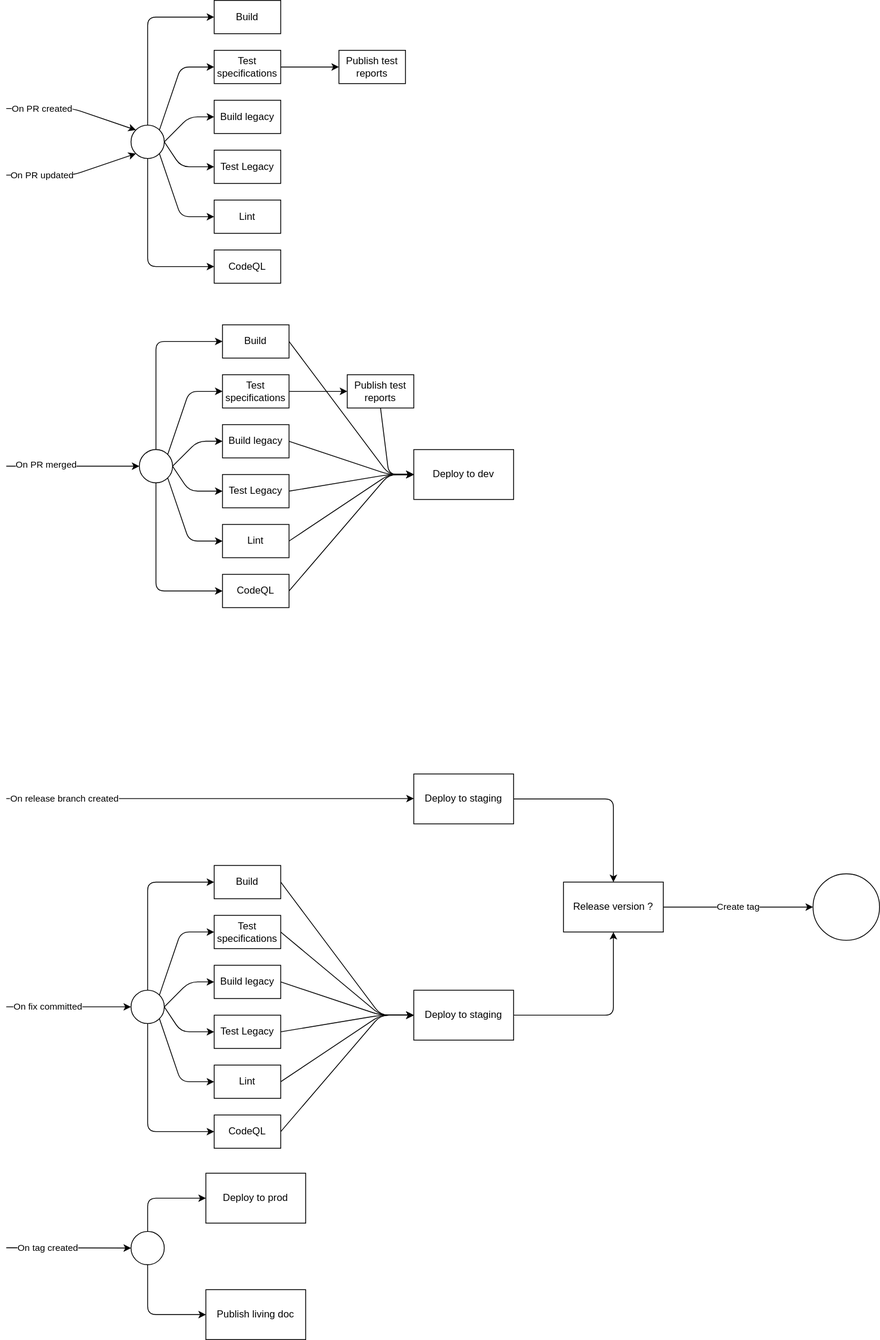
MTES-MCT/potentiel keeps this draw.io diagram as docs/ci/workflows.drawio.svg. Above is the earlier version. Source tidied: cells renumbered, new cells last; positions are measured from the earlier drawing's top-left corner, leaving out a move shared by most shapes.
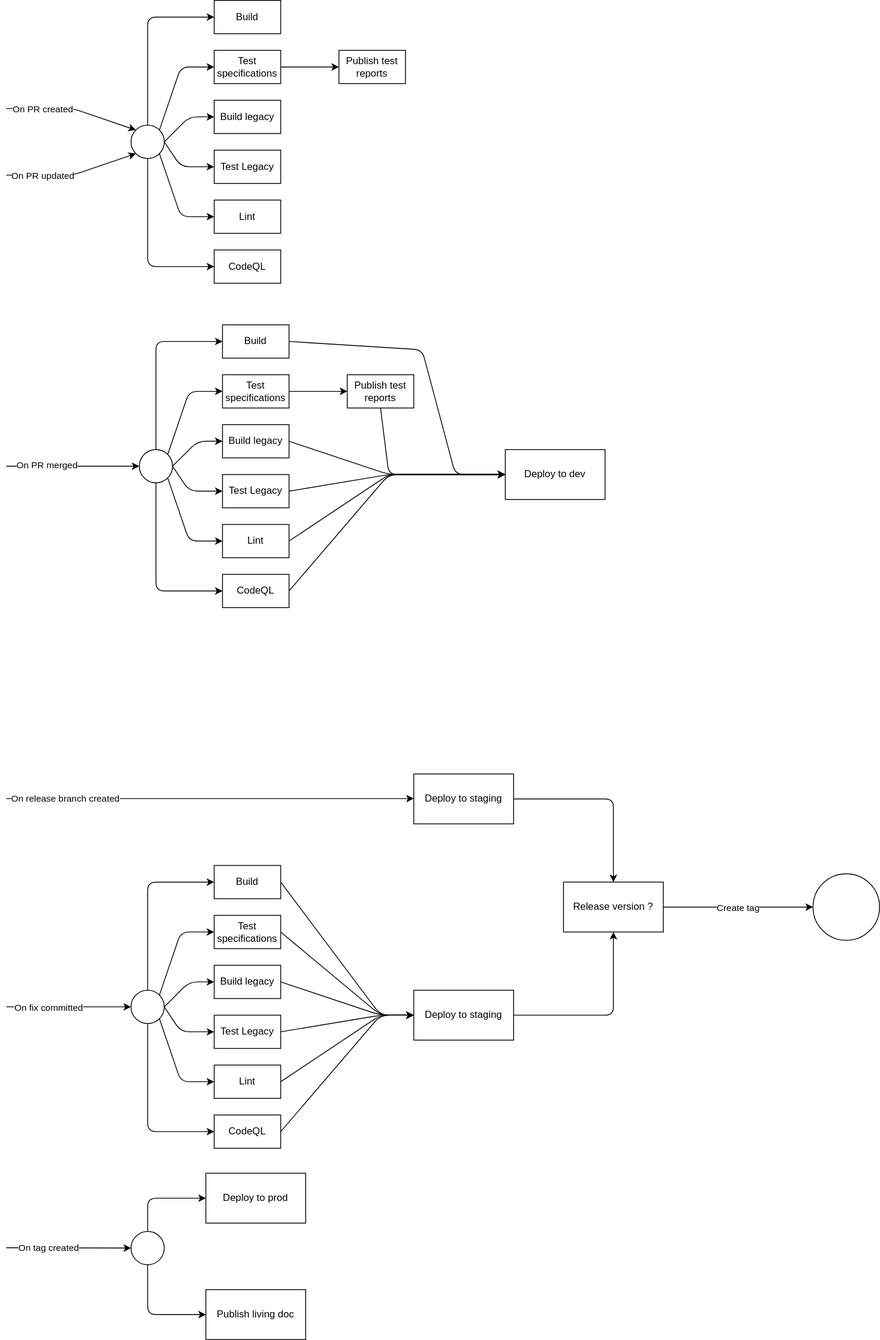
Above is the later version.

Change to the diagram source:
```diff
@@ -70,12 +70,13 @@
       </mxGeometry>
     </mxCell>
     <mxCell id="16" value="Deploy to dev" style="rounded=0;whiteSpace=wrap;html=1;" parent="1" vertex="1">
-      <mxGeometry x="490" y="540" width="120" height="60" as="geometry" />
+      <mxGeometry x="600" y="540" width="120" height="60" as="geometry" />
     </mxCell>
-    <mxCell id="17" style="endArrow=classic;html=1;entryX=0;entryY=0.5;entryDx=0;entryDy=0;exitX=1;exitY=0.5;exitDx=0;exitDy=0;" parent="1" edge="1" source="2" target="16">
+    <mxCell id="17" style="endArrow=classic;html=1;exitX=1;exitY=0.5;exitDx=0;exitDy=0;entryX=0;entryY=0.5;entryDx=0;entryDy=0;" parent="1" edge="1" source="2" target="16">
       <mxGeometry relative="1" as="geometry">
         <Array as="points">
-          <mxPoint x="460" y="570" />
+          <mxPoint x="500" y="420" />
+          <mxPoint x="540" y="570" />
         </Array>
       </mxGeometry>
     </mxCell>
@@ -86,9 +87,8 @@
         </Array>
       </mxGeometry>
     </mxCell>
-    <mxCell id="19" style="endArrow=classic;html=1;exitX=1;exitY=0.5;exitDx=0;exitDy=0;" parent="1" edge="1" source="14">
+    <mxCell id="19" style="endArrow=classic;html=1;exitX=1;exitY=0.5;exitDx=0;exitDy=0;entryX=0;entryY=0.5;entryDx=0;entryDy=0;" parent="1" edge="1" source="14" target="16">
       <mxGeometry relative="1" as="geometry">
-        <mxPoint x="490" y="570" as="targetPoint" />
         <Array as="points">
           <mxPoint x="460" y="570" />
         </Array>
@@ -101,15 +101,14 @@
         </Array>
       </mxGeometry>
     </mxCell>
-    <mxCell id="21" style="endArrow=classic;html=1;exitX=1;exitY=0.5;exitDx=0;exitDy=0;" parent="1" edge="1" source="7">
+    <mxCell id="21" style="endArrow=classic;html=1;exitX=1;exitY=0.5;exitDx=0;exitDy=0;entryX=0;entryY=0.5;entryDx=0;entryDy=0;" parent="1" edge="1" source="7" target="16">
       <mxGeometry relative="1" as="geometry">
-        <mxPoint x="490" y="570" as="targetPoint" />
         <Array as="points">
           <mxPoint x="460" y="570" />
         </Array>
       </mxGeometry>
     </mxCell>
-    <mxCell id="22" style="endArrow=classic;html=1;exitX=1;exitY=0.5;exitDx=0;exitDy=0;entryX=0;entryY=0.5;entryDx=0;entryDy=0;" parent="1" edge="1" source="8" target="16">
+    <mxCell id="22" style="endArrow=classic;html=1;exitX=1;exitY=0.5;exitDx=0;exitDy=0;" parent="1" edge="1" source="8" target="16">
       <mxGeometry relative="1" as="geometry">
         <Array as="points">
           <mxPoint x="460" y="570" />
```
